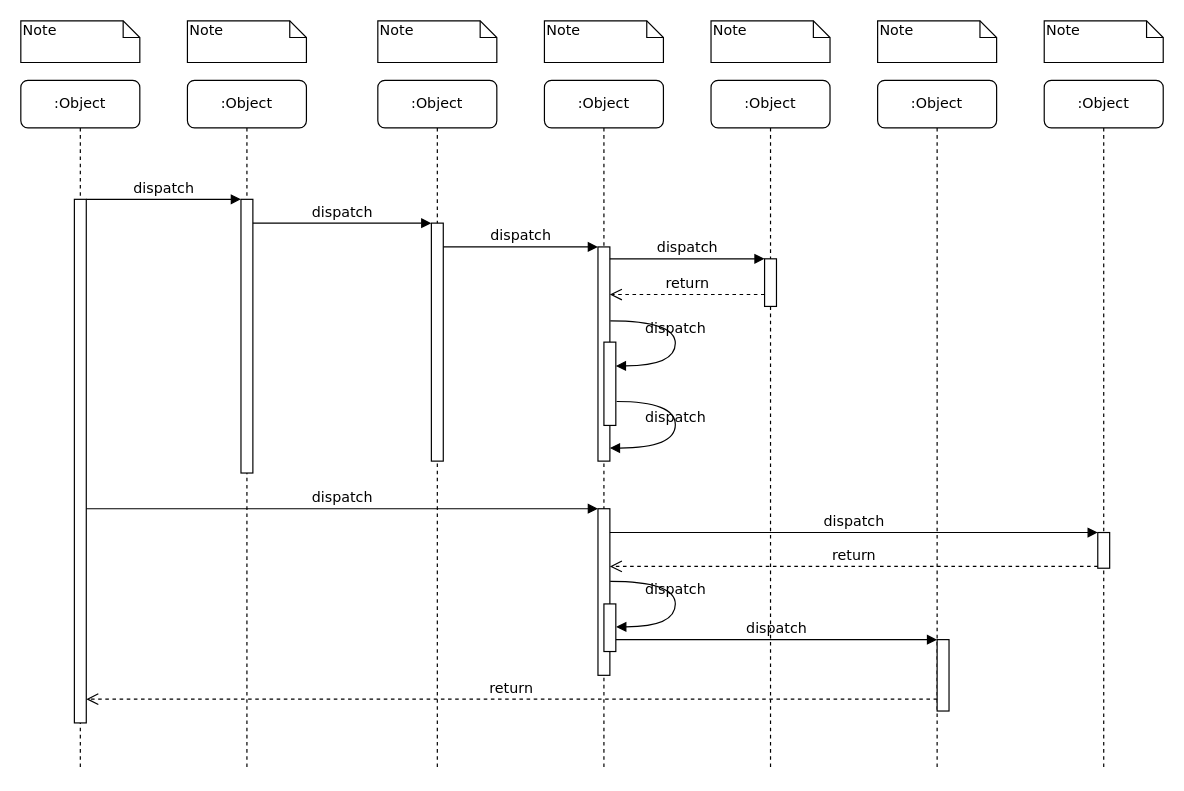
guyuexd/diagram keeps this draw.io diagram as Untitled Diagram.drawio. Above is the earlier version. Source tidied: cells renumbered, new cells numbered last; positions are measured from the earlier drawing's top-left corner, leaving out a move shared by most shapes. Both pictures are drawn from the tidied source at 119%, with x=0, y=0 at pixel (20, 20).
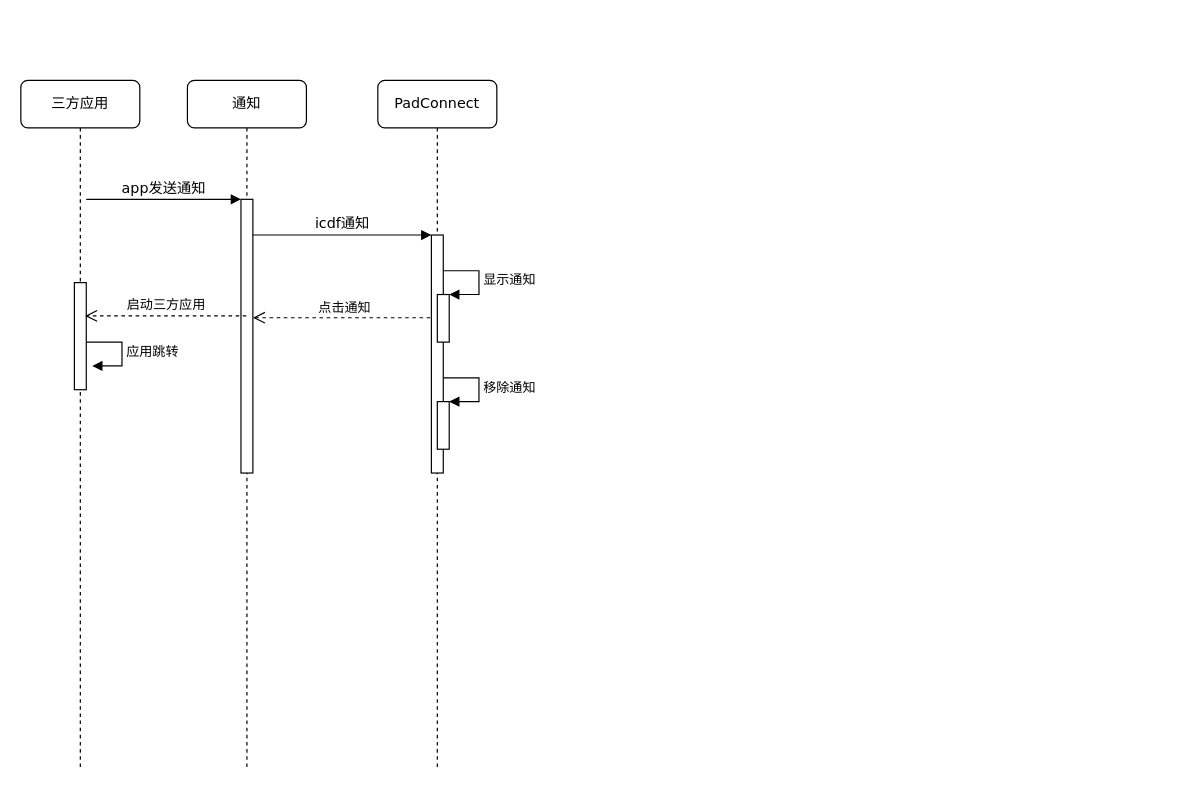
After the change.

The change refers to these unchanged cells:
```xml
<mxCell id="3" style="html=1;points=[];perimeter=orthogonalPerimeter;rounded=0;shadow=0;comic=0;labelBackgroundColor=none;strokeWidth=1;fontFamily=Verdana;fontSize=12;align=center;" parent="2" vertex="1">
  <mxGeometry x="45" y="100" width="10" height="230" as="geometry" />
</mxCell>
```

The edit, as a diff of the source:
```diff
@@
-    <mxCell id="2" value=":Object" style="shape=umlLifeline;perimeter=lifelinePerimeter;whiteSpace=wrap;html=1;outlineConnect=0;rounded=1;shadow=0;comic=0;labelBackgroundColor=none;strokeWidth=1;fontFamily=Verdana;fontSize=12;align=center;" parent="1" vertex="1">
+    <mxCell id="2" value="&lt;span style=&quot;&quot;&gt;通知&lt;/span&gt;" style="shape=umlLifeline;perimeter=lifelinePerimeter;whiteSpace=wrap;html=1;outlineConnect=0;rounded=1;shadow=0;comic=0;labelBackgroundColor=none;strokeWidth=1;fontFamily=Verdana;fontSize=12;align=center;" parent="1" vertex="1">
       <mxGeometry x="140" y="50" width="100" height="580" as="geometry" />
     </mxCell>
@@
+    <mxCell id="39" value="点击通知" style="html=1;verticalAlign=bottom;endArrow=open;dashed=1;endSize=8;rounded=0;" parent="2" edge="1" source="40">
+      <mxGeometry relative="1" as="geometry">
+        <mxPoint x="55" y="199.5" as="targetPoint" />
+      </mxGeometry>
+    </mxCell>
-    <mxCell id="4" value=":Object" style="shape=umlLifeline;perimeter=lifelinePerimeter;whiteSpace=wrap;html=1;rounded=1;shadow=0;comic=0;labelBackgroundColor=none;strokeWidth=1;fontFamily=Verdana;fontSize=12;align=center;" parent="1" vertex="1">
+    <mxCell id="4" value="PadConnect" style="shape=umlLifeline;perimeter=lifelinePerimeter;whiteSpace=wrap;html=1;rounded=1;shadow=0;comic=0;labelBackgroundColor=none;strokeWidth=1;fontFamily=Verdana;fontSize=12;align=center;" parent="1" vertex="1">
       <mxGeometry x="300" y="50" width="100" height="580" as="geometry" />
     </mxCell>
     <mxCell id="5" style="html=1;points=[];perimeter=orthogonalPerimeter;rounded=0;shadow=0;comic=0;labelBackgroundColor=none;strokeWidth=1;fontFamily=Verdana;fontSize=12;align=center;" parent="4" vertex="1">
-      <mxGeometry x="45" y="120" width="10" height="200" as="geometry" />
+      <mxGeometry x="45" y="130" width="10" height="200" as="geometry" />
     </mxCell>
-    <mxCell id="6" value=":Object" style="shape=umlLifeline;perimeter=lifelinePerimeter;whiteSpace=wrap;html=1;rounded=1;shadow=0;comic=0;labelBackgroundColor=none;strokeWidth=1;fontFamily=Verdana;fontSize=12;align=center;" parent="1" vertex="1">
-      <mxGeometry x="440" y="50" width="100" height="580" as="geometry" />
-    </mxCell>
-    <mxCell id="7" value=":Object" style="shape=umlLifeline;perimeter=lifelinePerimeter;whiteSpace=wrap;html=1;rounded=1;shadow=0;comic=0;labelBackgroundColor=none;strokeWidth=1;fontFamily=Verdana;fontSize=12;align=center;" parent="1" vertex="1">
-      <mxGeometry x="580" y="50" width="100" height="580" as="geometry" />
-    </mxCell>
-    <mxCell id="8" value=":Object" style="shape=umlLifeline;perimeter=lifelinePerimeter;whiteSpace=wrap;html=1;rounded=1;shadow=0;comic=0;labelBackgroundColor=none;strokeWidth=1;fontFamily=Verdana;fontSize=12;align=center;" parent="1" vertex="1">
-      <mxGeometry x="720" y="50" width="100" height="580" as="geometry" />
-    </mxCell>
-    <mxCell id="9" value=":Object" style="shape=umlLifeline;perimeter=lifelinePerimeter;whiteSpace=wrap;html=1;rounded=1;shadow=0;comic=0;labelBackgroundColor=none;strokeWidth=1;fontFamily=Verdana;fontSize=12;align=center;" parent="1" vertex="1">
-      <mxGeometry x="860" y="50" width="100" height="580" as="geometry" />
-    </mxCell>
+    <mxCell id="40" style="html=1;points=[];perimeter=orthogonalPerimeter;" parent="4" vertex="1">
+      <mxGeometry x="50" y="180" width="10" height="40" as="geometry" />
+    </mxCell>
+    <mxCell id="41" value="显示通知" style="edgeStyle=orthogonalEdgeStyle;html=1;align=left;spacingLeft=2;endArrow=block;rounded=0;entryX=1;entryY=0;" parent="4" edge="1" target="40">
+      <mxGeometry relative="1" as="geometry">
+        <mxPoint x="55" y="160" as="sourcePoint" />
+        <Array as="points">
+          <mxPoint x="85" y="160" />
+        </Array>
+      </mxGeometry>
+    </mxCell>
+    <mxCell id="42" style="html=1;points=[];perimeter=orthogonalPerimeter;" parent="4" vertex="1">
+      <mxGeometry x="50" y="270" width="10" height="40" as="geometry" />
+    </mxCell>
+    <mxCell id="43" value="移除通知" style="edgeStyle=orthogonalEdgeStyle;html=1;align=left;spacingLeft=2;endArrow=block;rounded=0;entryX=1;entryY=0;" parent="4" edge="1" target="42">
+      <mxGeometry relative="1" as="geometry">
+        <mxPoint x="55" y="250" as="sourcePoint" />
+        <Array as="points">
+          <mxPoint x="85" y="250" />
+        </Array>
+      </mxGeometry>
+    </mxCell>
-    <mxCell id="10" value=":Object" style="shape=umlLifeline;perimeter=lifelinePerimeter;whiteSpace=wrap;html=1;rounded=1;shadow=0;comic=0;labelBackgroundColor=none;strokeWidth=1;fontFamily=Verdana;fontSize=12;align=center;" parent="1" vertex="1">
+    <mxCell id="10" value="三方应用" style="shape=umlLifeline;perimeter=lifelinePerimeter;whiteSpace=wrap;html=1;rounded=1;shadow=0;comic=0;labelBackgroundColor=none;strokeWidth=1;fontFamily=Verdana;fontSize=12;align=center;" parent="1" vertex="1">
       <mxGeometry y="50" width="100" height="580" as="geometry" />
     </mxCell>
-    <mxCell id="11" style="html=1;points=[];perimeter=orthogonalPerimeter;rounded=0;shadow=0;comic=0;labelBackgroundColor=none;strokeWidth=1;fontFamily=Verdana;fontSize=12;align=center;" parent="10" vertex="1">
-      <mxGeometry x="45" y="100" width="10" height="440" as="geometry" />
-    </mxCell>
-    <mxCell id="12" style="html=1;points=[];perimeter=orthogonalPerimeter;rounded=0;shadow=0;comic=0;labelBackgroundColor=none;strokeWidth=1;fontFamily=Verdana;fontSize=12;align=center;" parent="1" vertex="1">
-      <mxGeometry x="485" y="190" width="10" height="180" as="geometry" />
-    </mxCell>
-    <mxCell id="13" value="dispatch" style="html=1;verticalAlign=bottom;endArrow=block;labelBackgroundColor=none;fontFamily=Verdana;fontSize=12;edgeStyle=elbowEdgeStyle;elbow=vertical;" parent="1" edge="1" source="5" target="12">
-      <mxGeometry relative="1" as="geometry">
-        <Array as="points">
-          <mxPoint x="360" y="190" />
-        </Array>
-      </mxGeometry>
-    </mxCell>
-    <mxCell id="14" style="html=1;points=[];perimeter=orthogonalPerimeter;rounded=0;shadow=0;comic=0;labelBackgroundColor=none;strokeWidth=1;fontFamily=Verdana;fontSize=12;align=center;" parent="1" vertex="1">
-      <mxGeometry x="625" y="200" width="10" height="40" as="geometry" />
-    </mxCell>
-    <mxCell id="15" value="dispatch" style="html=1;verticalAlign=bottom;endArrow=block;entryX=0;entryY=0;labelBackgroundColor=none;fontFamily=Verdana;fontSize=12;edgeStyle=elbowEdgeStyle;elbow=vertical;" parent="1" edge="1" source="12" target="14">
-      <mxGeometry relative="1" as="geometry" />
-    </mxCell>
-    <mxCell id="16" value="return" style="html=1;verticalAlign=bottom;endArrow=open;dashed=1;endSize=8;labelBackgroundColor=none;fontFamily=Verdana;fontSize=12;edgeStyle=elbowEdgeStyle;elbow=vertical;" parent="1" edge="1" source="14" target="12">
-      <mxGeometry relative="1" as="geometry">
-        <Array as="points">
-          <mxPoint x="570" y="230" />
-          <mxPoint x="600" y="230" />
-        </Array>
-      </mxGeometry>
-    </mxCell>
-    <mxCell id="17" style="html=1;points=[];perimeter=orthogonalPerimeter;rounded=0;shadow=0;comic=0;labelBackgroundColor=none;strokeWidth=1;fontFamily=Verdana;fontSize=12;align=center;" parent="1" vertex="1">
-      <mxGeometry x="485" y="410" width="10" height="140" as="geometry" />
-    </mxCell>
-    <mxCell id="18" value="dispatch" style="html=1;verticalAlign=bottom;endArrow=block;entryX=0;entryY=0;labelBackgroundColor=none;fontFamily=Verdana;fontSize=12;" parent="1" edge="1" source="11" target="17">
-      <mxGeometry relative="1" as="geometry" />
-    </mxCell>
-    <mxCell id="19" style="html=1;points=[];perimeter=orthogonalPerimeter;rounded=0;shadow=0;comic=0;labelBackgroundColor=none;strokeColor=#000000;strokeWidth=1;fillColor=#FFFFFF;fontFamily=Verdana;fontSize=12;fontColor=#000000;align=center;" parent="1" vertex="1">
-      <mxGeometry x="905" y="430" width="10" height="30" as="geometry" />
-    </mxCell>
-    <mxCell id="20" value="dispatch" style="html=1;verticalAlign=bottom;endArrow=block;entryX=0;entryY=0;labelBackgroundColor=none;fontFamily=Verdana;fontSize=12;" parent="1" edge="1" source="17" target="19">
-      <mxGeometry relative="1" as="geometry" />
-    </mxCell>
-    <mxCell id="21" value="return" style="html=1;verticalAlign=bottom;endArrow=open;dashed=1;endSize=8;exitX=0;exitY=0.95;labelBackgroundColor=none;fontFamily=Verdana;fontSize=12;" parent="1" edge="1" source="19" target="17">
-      <mxGeometry relative="1" as="geometry" />
-    </mxCell>
-    <mxCell id="22" style="html=1;points=[];perimeter=orthogonalPerimeter;rounded=0;shadow=0;comic=0;labelBackgroundColor=none;strokeWidth=1;fontFamily=Verdana;fontSize=12;align=center;" parent="1" vertex="1">
-      <mxGeometry x="770" y="520" width="10" height="60" as="geometry" />
-    </mxCell>
-    <mxCell id="23" value="dispatch" style="html=1;verticalAlign=bottom;endArrow=block;entryX=0;entryY=0;labelBackgroundColor=none;fontFamily=Verdana;fontSize=12;edgeStyle=elbowEdgeStyle;elbow=vertical;" parent="1" edge="1" source="30" target="22">
-      <mxGeometry relative="1" as="geometry" />
-    </mxCell>
-    <mxCell id="24" value="return" style="html=1;verticalAlign=bottom;endArrow=open;dashed=1;endSize=8;labelBackgroundColor=none;fontFamily=Verdana;fontSize=12;edgeStyle=elbowEdgeStyle;elbow=vertical;" parent="1" edge="1" source="22" target="11">
-      <mxGeometry relative="1" as="geometry">
-        <Array as="points">
-          <mxPoint x="470" y="570" />
-        </Array>
-      </mxGeometry>
-    </mxCell>
+    <mxCell id="44" style="html=1;points=[];perimeter=orthogonalPerimeter;" parent="10" vertex="1">
+      <mxGeometry x="45" y="170" width="10" height="90" as="geometry" />
+    </mxCell>
+    <mxCell id="45" value="应用跳转" style="edgeStyle=orthogonalEdgeStyle;html=1;align=left;spacingLeft=2;endArrow=block;rounded=0;entryX=1;entryY=0;" parent="10" edge="1">
+      <mxGeometry relative="1" as="geometry">
+        <mxPoint x="55" y="220" as="sourcePoint" />
+        <mxPoint x="60" y="240" as="targetPoint" />
+        <Array as="points">
+          <mxPoint x="85" y="220" />
+        </Array>
+      </mxGeometry>
+    </mxCell>
-    <mxCell id="25" value="dispatch" style="html=1;verticalAlign=bottom;endArrow=block;entryX=0;entryY=0;labelBackgroundColor=none;fontFamily=Verdana;fontSize=12;edgeStyle=elbowEdgeStyle;elbow=vertical;" parent="1" edge="1" source="11" target="3">
-      <mxGeometry relative="1" as="geometry" />
+    <mxCell id="25" value="app发送通知" style="html=1;verticalAlign=bottom;endArrow=block;entryX=0;entryY=0;labelBackgroundColor=none;fontFamily=Verdana;fontSize=12;edgeStyle=elbowEdgeStyle;elbow=vertical;" parent="1" edge="1" target="3">
+      <mxGeometry relative="1" as="geometry">
+        <mxPoint x="55" y="150" as="sourcePoint" />
+      </mxGeometry>
     </mxCell>
-    <mxCell id="26" value="dispatch" style="html=1;verticalAlign=bottom;endArrow=block;entryX=0;entryY=0;labelBackgroundColor=none;fontFamily=Verdana;fontSize=12;edgeStyle=elbowEdgeStyle;elbow=vertical;" parent="1" edge="1" source="3" target="5">
+    <mxCell id="26" value="icdf通知" style="html=1;verticalAlign=bottom;endArrow=block;entryX=0;entryY=0;labelBackgroundColor=none;fontFamily=Verdana;fontSize=12;edgeStyle=elbowEdgeStyle;elbow=vertical;" parent="1" edge="1" source="3" target="5">
       <mxGeometry relative="1" as="geometry" />
     </mxCell>
-    <mxCell id="27" style="html=1;points=[];perimeter=orthogonalPerimeter;rounded=0;shadow=0;comic=0;labelBackgroundColor=none;strokeWidth=1;fontFamily=Verdana;fontSize=12;align=center;" parent="1" vertex="1">
-      <mxGeometry x="490" y="270" width="10" height="70" as="geometry" />
-    </mxCell>
-    <mxCell id="28" value="dispatch" style="html=1;verticalAlign=bottom;endArrow=block;labelBackgroundColor=none;fontFamily=Verdana;fontSize=12;elbow=vertical;edgeStyle=orthogonalEdgeStyle;curved=1;entryX=1;entryY=0.286;entryPerimeter=0;exitX=1.038;exitY=0.345;exitPerimeter=0;" parent="1" edge="1" source="12" target="27">
-      <mxGeometry relative="1" as="geometry">
-        <Array as="points">
-          <mxPoint x="550" y="252" />
-          <mxPoint x="550" y="290" />
-        </Array>
-      </mxGeometry>
-    </mxCell>
-    <mxCell id="29" value="dispatch" style="html=1;verticalAlign=bottom;endArrow=block;labelBackgroundColor=none;fontFamily=Verdana;fontSize=12;elbow=vertical;edgeStyle=orthogonalEdgeStyle;curved=1;exitX=1.066;exitY=0.713;exitPerimeter=0;" parent="1" edge="1" source="27">
-      <mxGeometry relative="1" as="geometry">
-        <mxPoint x="495" y="359" as="targetPoint" />
-        <Array as="points">
-          <mxPoint x="550" y="320" />
-          <mxPoint x="550" y="359" />
-        </Array>
-      </mxGeometry>
-    </mxCell>
-    <mxCell id="30" style="html=1;points=[];perimeter=orthogonalPerimeter;rounded=0;shadow=0;comic=0;labelBackgroundColor=none;strokeWidth=1;fontFamily=Verdana;fontSize=12;align=center;" parent="1" vertex="1">
-      <mxGeometry x="490" y="490" width="10" height="40" as="geometry" />
-    </mxCell>
-    <mxCell id="31" value="dispatch" style="html=1;verticalAlign=bottom;endArrow=block;labelBackgroundColor=none;fontFamily=Verdana;fontSize=12;elbow=vertical;edgeStyle=orthogonalEdgeStyle;curved=1;entryX=1;entryY=0.286;entryPerimeter=0;exitX=1.038;exitY=0.345;exitPerimeter=0;" parent="1" edge="1">
-      <mxGeometry relative="1" as="geometry">
-        <mxPoint x="495.3" y="471" as="sourcePoint" />
-        <mxPoint x="500.3" y="509.3" as="targetPoint" />
-        <Array as="points">
-          <mxPoint x="550" y="471" />
-          <mxPoint x="550" y="509" />
-        </Array>
-      </mxGeometry>
-    </mxCell>
-    <mxCell id="32" value="Note" style="shape=note;whiteSpace=wrap;html=1;size=14;verticalAlign=top;align=left;spacingTop=-6;rounded=0;shadow=0;comic=0;labelBackgroundColor=none;strokeWidth=1;fontFamily=Verdana;fontSize=12;" parent="1" vertex="1">
-      <mxGeometry width="100" height="35" as="geometry" />
-    </mxCell>
-    <mxCell id="33" value="Note" style="shape=note;whiteSpace=wrap;html=1;size=14;verticalAlign=top;align=left;spacingTop=-6;rounded=0;shadow=0;comic=0;labelBackgroundColor=none;strokeWidth=1;fontFamily=Verdana;fontSize=12;" parent="1" vertex="1">
-      <mxGeometry x="140" width="100" height="35" as="geometry" />
-    </mxCell>
-    <mxCell id="34" value="Note" style="shape=note;whiteSpace=wrap;html=1;size=14;verticalAlign=top;align=left;spacingTop=-6;rounded=0;shadow=0;comic=0;labelBackgroundColor=none;strokeWidth=1;fontFamily=Verdana;fontSize=12;" parent="1" vertex="1">
-      <mxGeometry x="300" width="100" height="35" as="geometry" />
-    </mxCell>
-    <mxCell id="35" value="Note" style="shape=note;whiteSpace=wrap;html=1;size=14;verticalAlign=top;align=left;spacingTop=-6;rounded=0;shadow=0;comic=0;labelBackgroundColor=none;strokeWidth=1;fontFamily=Verdana;fontSize=12;" parent="1" vertex="1">
-      <mxGeometry x="440" width="100" height="35" as="geometry" />
-    </mxCell>
-    <mxCell id="36" value="Note" style="shape=note;whiteSpace=wrap;html=1;size=14;verticalAlign=top;align=left;spacingTop=-6;rounded=0;shadow=0;comic=0;labelBackgroundColor=none;strokeWidth=1;fontFamily=Verdana;fontSize=12;" parent="1" vertex="1">
-      <mxGeometry x="580" width="100" height="35" as="geometry" />
-    </mxCell>
-    <mxCell id="37" value="Note" style="shape=note;whiteSpace=wrap;html=1;size=14;verticalAlign=top;align=left;spacingTop=-6;rounded=0;shadow=0;comic=0;labelBackgroundColor=none;strokeWidth=1;fontFamily=Verdana;fontSize=12;" parent="1" vertex="1">
-      <mxGeometry x="720" width="100" height="35" as="geometry" />
-    </mxCell>
-    <mxCell id="38" value="Note" style="shape=note;whiteSpace=wrap;html=1;size=14;verticalAlign=top;align=left;spacingTop=-6;rounded=0;shadow=0;comic=0;labelBackgroundColor=none;strokeWidth=1;fontFamily=Verdana;fontSize=12;" parent="1" vertex="1">
-      <mxGeometry x="860" width="100" height="35" as="geometry" />
-    </mxCell>
+    <mxCell id="46" value="启动三方应用" style="html=1;verticalAlign=bottom;endArrow=open;dashed=1;endSize=8;rounded=0;entryX=0.9;entryY=0.311;entryDx=0;entryDy=0;entryPerimeter=0;" parent="1" edge="1" source="2" target="44">
+      <mxGeometry relative="1" as="geometry" />
+    </mxCell>
```
